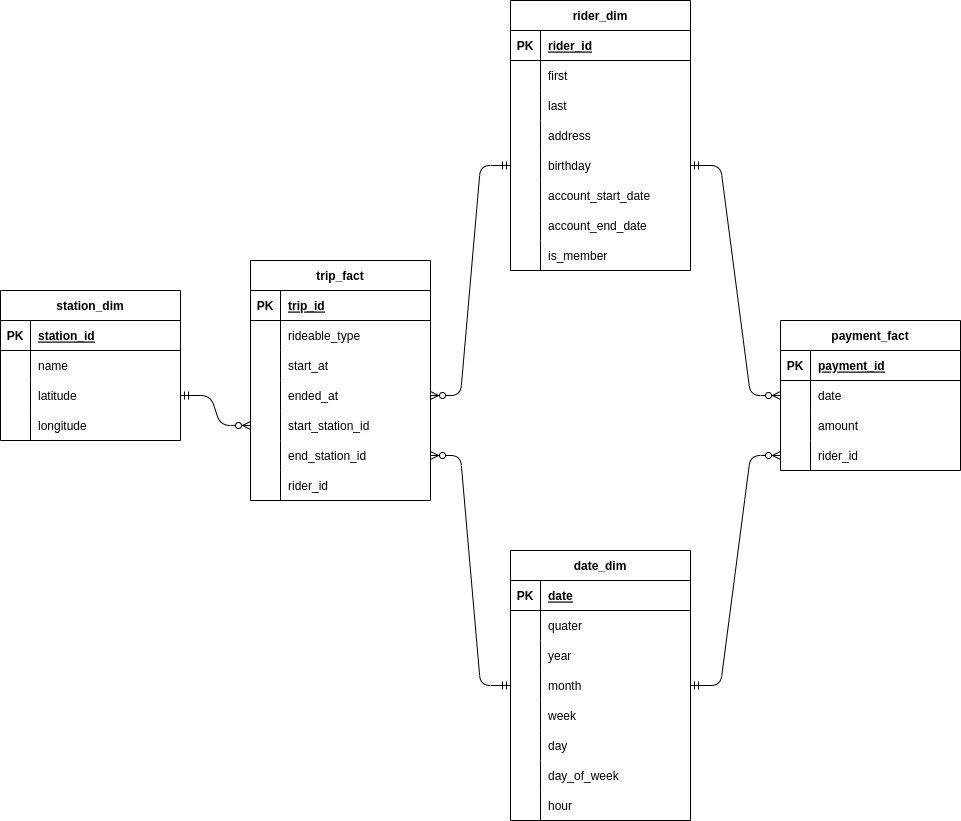
Above: star_schema.png in soyaoki/DEMSAzure-Building-an-Azure-Data-Warehouse-for-Bike-Share-Data-Analytics (draw.io), before the change. Source tidied: cells renumbered, new cells last; positions are measured from the earlier drawing's top-left corner, leaving out a move shared by most shapes.
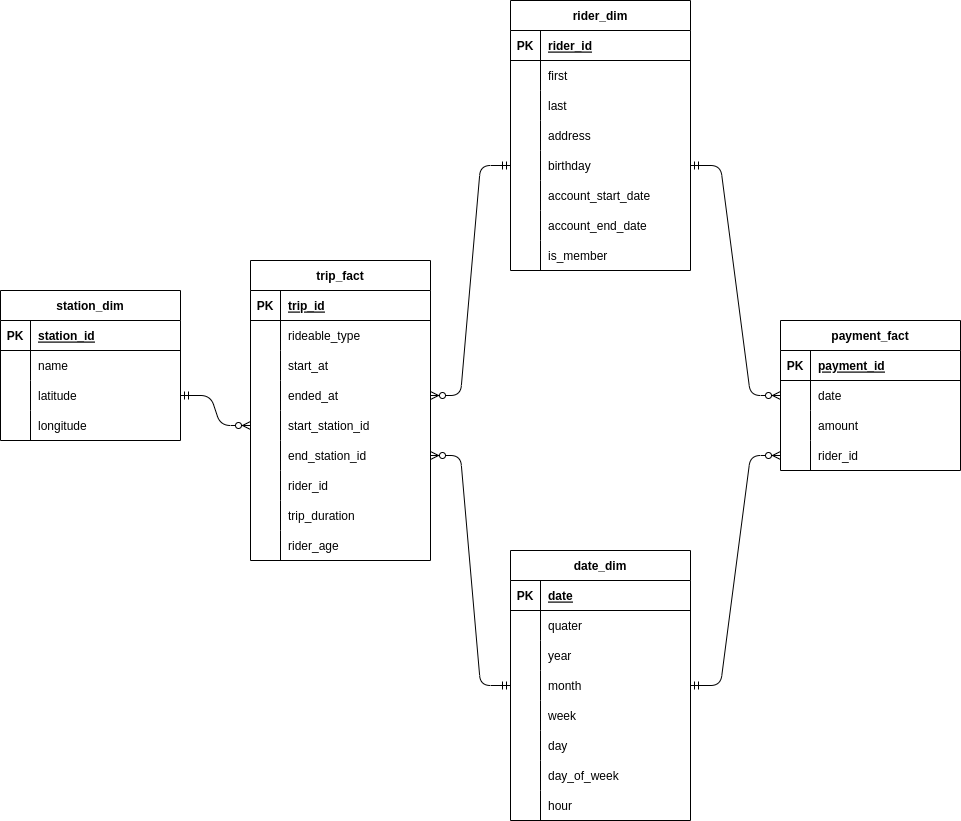
The same diagram one commit later.

The edit, as a diff of the source:
```diff
@@ -42,7 +42,7 @@
       <mxGeometry x="30" width="150" height="30" as="geometry" />
     </mxCell>
     <mxCell id="15" value="trip_fact" style="shape=table;startSize=30;rowLines=0;fontStyle=1;align=center;" parent="1" vertex="1">
-      <mxGeometry x="250" y="260" width="180" height="240" as="geometry" />
+      <mxGeometry x="250" y="260" width="180" height="300" as="geometry" />
     </mxCell>
     <mxCell id="16" style="shape=tableRow;horizontal=0;startSize=0;swimlaneHead=0;swimlaneBody=0;fillColor=none;top=0;left=0;right=0;bottom=1;" parent="15" vertex="1">
       <mxGeometry y="30" width="180" height="30" as="geometry" />
@@ -98,13 +98,31 @@
     <mxCell id="33" value="end_station_id" style="shape=partialRectangle;fillColor=none;top=0;left=0;bottom=0;right=0;align=left;spacingLeft=6;overflow=hidden;" parent="31" vertex="1">
       <mxGeometry x="30" width="150" height="30" as="geometry" />
     </mxCell>
+    <mxCell id="105" style="shape=tableRow;horizontal=0;startSize=0;swimlaneHead=0;swimlaneBody=0;fillColor=none;top=0;left=0;right=0;bottom=0;" parent="15" vertex="1">
+      <mxGeometry y="210" width="180" height="30" as="geometry" />
+    </mxCell>
+    <mxCell id="106" style="shape=partialRectangle;fillColor=none;top=0;left=0;bottom=0;right=0;overflow=hidden;" parent="105" vertex="1">
+      <mxGeometry width="30" height="30" as="geometry" />
+    </mxCell>
+    <mxCell id="107" value="rider_id" style="shape=partialRectangle;fillColor=none;top=0;left=0;bottom=0;right=0;align=left;spacingLeft=6;overflow=hidden;" parent="105" vertex="1">
+      <mxGeometry x="30" width="150" height="30" as="geometry" />
+    </mxCell>
+    <mxCell id="108" style="shape=tableRow;horizontal=0;startSize=0;swimlaneHead=0;swimlaneBody=0;fillColor=none;top=0;left=0;right=0;bottom=0;" parent="15" vertex="1">
+      <mxGeometry y="240" width="180" height="30" as="geometry" />
+    </mxCell>
+    <mxCell id="109" style="shape=partialRectangle;fillColor=none;top=0;left=0;bottom=0;right=0;overflow=hidden;" parent="108" vertex="1">
+      <mxGeometry width="30" height="30" as="geometry" />
+    </mxCell>
+    <mxCell id="110" value="trip_duration" style="shape=partialRectangle;fillColor=none;top=0;left=0;bottom=0;right=0;align=left;spacingLeft=6;overflow=hidden;" parent="108" vertex="1">
+      <mxGeometry x="30" width="150" height="30" as="geometry" />
+    </mxCell>
     <mxCell id="34" style="shape=tableRow;horizontal=0;startSize=0;swimlaneHead=0;swimlaneBody=0;fillColor=none;top=0;left=0;right=0;bottom=0;" parent="15" vertex="1">
-      <mxGeometry y="210" width="180" height="30" as="geometry" />
+      <mxGeometry y="270" width="180" height="30" as="geometry" />
     </mxCell>
     <mxCell id="35" style="shape=partialRectangle;fillColor=none;top=0;left=0;bottom=0;right=0;overflow=hidden;" parent="34" vertex="1">
       <mxGeometry width="30" height="30" as="geometry" />
     </mxCell>
-    <mxCell id="36" value="rider_id" style="shape=partialRectangle;fillColor=none;top=0;left=0;bottom=0;right=0;align=left;spacingLeft=6;overflow=hidden;" parent="34" vertex="1">
+    <mxCell id="36" value="rider_age" style="shape=partialRectangle;fillColor=none;top=0;left=0;bottom=0;right=0;align=left;spacingLeft=6;overflow=hidden;" parent="34" vertex="1">
       <mxGeometry x="30" width="150" height="30" as="geometry" />
     </mxCell>
     <mxCell id="37" value="rider_dim" style="shape=table;startSize=30;rowLines=0;fontStyle=1;align=center;" parent="1" vertex="1">
```
